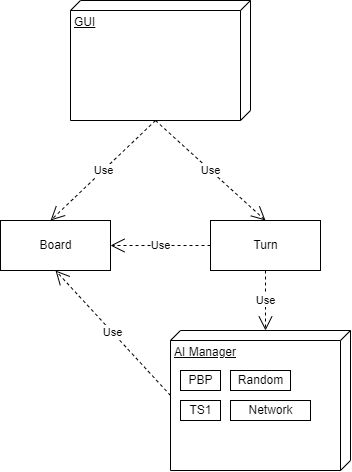
Earlier version of the draw.io export Version 3/Diagram_v3.png (GillsSpace/Backgammon_AI). Source tidied: cells renumbered, new cells last; positions are measured from the earlier drawing's top-left corner, leaving out a move shared by most shapes.
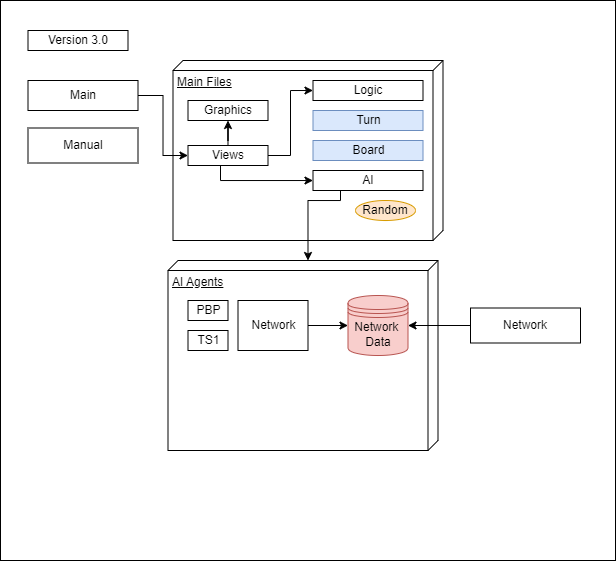
Later version of the same file.

Change to the diagram source:
```diff
@@ -2,44 +2,92 @@
   <root>
     <mxCell id="0" />
     <mxCell id="1" parent="0" />
+    <mxCell id="15" style="verticalLabelPosition=bottom;verticalAlign=top;html=1;shape=mxgraph.basic.rect;fillColor2=none;strokeWidth=1;size=20;indent=5;" parent="1" vertex="1">
+      <mxGeometry x="30" width="615" height="560" as="geometry" />
+    </mxCell>
     <mxCell id="2" value="Board" style="html=1;" parent="1" vertex="1">
-      <mxGeometry y="220" width="110" height="50" as="geometry" />
+      <mxGeometry x="342.5" y="110" width="110" height="32.5" as="geometry" />
     </mxCell>
-    <mxCell id="3" value="Turn" style="html=1;" parent="1" vertex="1">
-      <mxGeometry x="210" y="220" width="110" height="50" as="geometry" />
-    </mxCell>
-    <mxCell id="4" value="Use" style="endArrow=open;endSize=12;dashed=1;html=1;rounded=0;exitX=0;exitY=0.5;exitDx=0;exitDy=0;entryX=1;entryY=0.5;entryDx=0;entryDy=0;" parent="1" edge="1" source="3" target="2">
-      <mxGeometry relative="1" as="geometry" />
-    </mxCell>
-    <mxCell id="5" value="GUI" style="verticalAlign=top;align=left;spacingTop=8;spacingLeft=2;spacingRight=12;shape=cube;size=10;direction=south;fontStyle=4;html=1;" parent="1" vertex="1">
-      <mxGeometry x="70" width="180" height="120" as="geometry" />
-    </mxCell>
-    <mxCell id="6" value="Use" style="endArrow=open;endSize=12;dashed=1;html=1;rounded=0;exitX=0;exitY=0;exitDx=120;exitDy=95;exitPerimeter=0;entryX=0.455;entryY=0;entryDx=0;entryDy=0;entryPerimeter=0;" parent="1" edge="1" source="5" target="2">
-      <mxGeometry relative="1" as="geometry" />
-    </mxCell>
-    <mxCell id="7" value="Use" style="endArrow=open;endSize=12;dashed=1;html=1;rounded=0;exitX=0;exitY=0;exitDx=120;exitDy=95;exitPerimeter=0;entryX=0.5;entryY=0;entryDx=0;entryDy=0;" parent="1" edge="1" source="5" target="3">
-      <mxGeometry relative="1" as="geometry" />
-    </mxCell>
-    <mxCell id="8" value="AI Manager" style="verticalAlign=top;align=left;spacingTop=8;spacingLeft=2;spacingRight=12;shape=cube;size=10;direction=south;fontStyle=4;html=1;" parent="1" vertex="1">
-      <mxGeometry x="170" y="330" width="180" height="140" as="geometry" />
-    </mxCell>
-    <mxCell id="9" value="Use" style="endArrow=open;endSize=12;dashed=1;html=1;rounded=0;exitX=0.5;exitY=1;exitDx=0;exitDy=0;entryX=0;entryY=0;entryDx=0;entryDy=85;entryPerimeter=0;" parent="1" edge="1" source="3" target="8">
-      <mxGeometry relative="1" as="geometry" />
-    </mxCell>
-    <mxCell id="10" value="Use" style="endArrow=open;endSize=12;dashed=1;html=1;rounded=0;exitX=0;exitY=0;exitDx=65;exitDy=180;exitPerimeter=0;entryX=0.5;entryY=1;entryDx=0;entryDy=0;" parent="1" edge="1" source="8" target="2">
-      <mxGeometry relative="1" as="geometry" />
-    </mxCell>
+    <mxCell id="16" value="Main Files" style="verticalAlign=top;align=left;spacingTop=8;spacingLeft=2;spacingRight=12;shape=cube;size=10;direction=south;fontStyle=4;html=1;" parent="1" vertex="1">
+      <mxGeometry x="202.5" y="60" width="270" height="180" as="geometry" />
+    </mxCell>
+    <mxCell id="17" value="AI Agents" style="verticalAlign=top;align=left;spacingTop=8;spacingLeft=2;spacingRight=12;shape=cube;size=10;direction=south;fontStyle=4;html=1;" parent="1" vertex="1">
+      <mxGeometry x="197.5" y="260" width="270" height="190" as="geometry" />
+    </mxCell>
     <mxCell id="11" value="PBP" style="html=1;" parent="1" vertex="1">
-      <mxGeometry x="180" y="370" width="40" height="20" as="geometry" />
+      <mxGeometry x="217.5" y="300" width="40" height="20" as="geometry" />
     </mxCell>
     <mxCell id="12" value="TS1" style="html=1;" parent="1" vertex="1">
-      <mxGeometry x="180" y="400" width="40" height="20" as="geometry" />
+      <mxGeometry x="217.5" y="330" width="40" height="20" as="geometry" />
     </mxCell>
+    <mxCell id="18" style="edgeStyle=orthogonalEdgeStyle;rounded=0;jettySize=auto;html=1;entryX=0;entryY=0.5;entryDx=0;entryDy=0;" parent="1" edge="1" source="14" target="19">
+      <mxGeometry relative="1" as="geometry" />
+    </mxCell>
+    <mxCell id="14" value="Network" style="html=1;" parent="1" vertex="1">
+      <mxGeometry x="267.5" y="300" width="70" height="50" as="geometry" />
+    </mxCell>
+    <mxCell id="19" value="Network&amp;nbsp;&lt;br&gt;Data" style="shape=datastore;whiteSpace=wrap;html=1;fillColor=#f8cecc;strokeColor=#b85450;" parent="1" vertex="1">
+      <mxGeometry x="377.5" y="295" width="60" height="60" as="geometry" />
+    </mxCell>
+    <mxCell id="20" value="Version 3.0" style="rounded=0;whiteSpace=wrap;html=1;" parent="1" vertex="1">
+      <mxGeometry x="57.5" y="30" width="100" height="20" as="geometry" />
+    </mxCell>
+    <mxCell id="21" style="edgeStyle=orthogonalEdgeStyle;rounded=0;jettySize=auto;html=1;entryX=0;entryY=0.5;entryDx=0;entryDy=0;" parent="1" edge="1" source="22" target="26">
+      <mxGeometry relative="1" as="geometry" />
+    </mxCell>
+    <mxCell id="22" value="Main" style="html=1;whiteSpace=wrap;" parent="1" vertex="1">
+      <mxGeometry x="57.5" y="80" width="110" height="30" as="geometry" />
+    </mxCell>
+    <mxCell id="23" style="edgeStyle=orthogonalEdgeStyle;rounded=0;jettySize=auto;html=1;" parent="1" edge="1" source="26" target="29">
+      <mxGeometry relative="1" as="geometry" />
+    </mxCell>
+    <mxCell id="24" style="edgeStyle=orthogonalEdgeStyle;rounded=0;jettySize=auto;html=1;entryX=0;entryY=0.5;entryDx=0;entryDy=0;" parent="1" edge="1" source="26" target="28">
+      <mxGeometry relative="1" as="geometry" />
+    </mxCell>
+    <mxCell id="25" style="edgeStyle=orthogonalEdgeStyle;rounded=0;jettySize=auto;html=1;" parent="1" edge="1" source="26" target="31">
+      <mxGeometry relative="1" as="geometry">
+        <Array as="points">
+          <mxPoint x="250" y="180" />
+        </Array>
+      </mxGeometry>
+    </mxCell>
+    <mxCell id="26" value="Views" style="html=1;whiteSpace=wrap;" parent="1" vertex="1">
+      <mxGeometry x="217.5" y="145" width="80" height="20" as="geometry" />
+    </mxCell>
+    <mxCell id="27" value="Manual" style="html=1;whiteSpace=wrap;" parent="1" vertex="1">
+      <mxGeometry x="57.5" y="127.5" width="110" height="35" as="geometry" />
+    </mxCell>
+    <mxCell id="28" value="Logic" style="html=1;whiteSpace=wrap;" parent="1" vertex="1">
+      <mxGeometry x="342.5" y="80" width="110" height="20" as="geometry" />
+    </mxCell>
+    <mxCell id="29" value="Graphics" style="html=1;whiteSpace=wrap;" parent="1" vertex="1">
+      <mxGeometry x="217.5" y="100" width="80" height="20" as="geometry" />
+    </mxCell>
+    <mxCell id="30" style="edgeStyle=orthogonalEdgeStyle;rounded=0;jettySize=auto;html=1;entryX=0;entryY=0;entryDx=0;entryDy=130;entryPerimeter=0;" parent="1" edge="1" source="31" target="17">
+      <mxGeometry relative="1" as="geometry">
+        <Array as="points">
+          <mxPoint x="370" y="200" />
+          <mxPoint x="338" y="200" />
+        </Array>
+      </mxGeometry>
+    </mxCell>
+    <mxCell id="31" value="AI" style="html=1;whiteSpace=wrap;" parent="1" vertex="1">
+      <mxGeometry x="342.5" y="170" width="110" height="20" as="geometry" />
+    </mxCell>
+    <mxCell id="3" value="Turn" style="html=1;fillColor=#dae8fc;strokeColor=#6c8ebf;" parent="1" vertex="1">
+      <mxGeometry x="342.5" y="110" width="110" height="20" as="geometry" />
+    </mxCell>
+    <mxCell id="32" value="Board" style="html=1;fillColor=#dae8fc;strokeColor=#6c8ebf;" parent="1" vertex="1">
+      <mxGeometry x="342.5" y="140" width="110" height="20" as="geometry" />
+    </mxCell>
-    <mxCell id="13" value="Random" style="html=1;" parent="1" vertex="1">
-      <mxGeometry x="230" y="370" width="60" height="20" as="geometry" />
+    <mxCell id="13" value="Random" style="ellipse;whiteSpace=wrap;html=1;align=center;fillColor=#ffe6cc;strokeColor=#d79b00;" parent="1" vertex="1">
+      <mxGeometry x="385" y="200" width="60" height="20" as="geometry" />
     </mxCell>
-    <mxCell id="14" value="Network" style="html=1;" parent="1" vertex="1">
-      <mxGeometry x="230" y="400" width="80" height="20" as="geometry" />
-    </mxCell>
+    <mxCell id="33" style="edgeStyle=orthogonalEdgeStyle;rounded=0;jettySize=auto;html=1;entryX=1;entryY=0.5;entryDx=0;entryDy=0;" parent="1" edge="1" source="34" target="19">
+      <mxGeometry relative="1" as="geometry" />
+    </mxCell>
+    <mxCell id="34" value="Network" style="html=1;whiteSpace=wrap;" parent="1" vertex="1">
+      <mxGeometry x="500" y="307.5" width="110" height="35" as="geometry" />
+    </mxCell>
   </root>
 </mxGraphModel>
```
